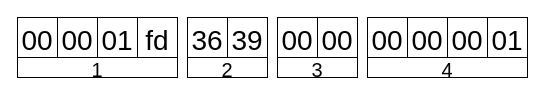
The draw.io diagram page "P-Frame Header" (4 of 5) of dissector/images/DVRIP_Sofia_headers.drawio in KostasEreksonas/Besder-6024PB-XMA501-ip-camera-security-investigation, before the edit. Source tidied: cells renumbered, new cells numbered last; positions are measured from the earlier drawing's top-left corner, leaving out a move shared by most shapes. Both pictures are drawn from the tidied source at 100%, with x=0, y=0 at pixel (17, 17).
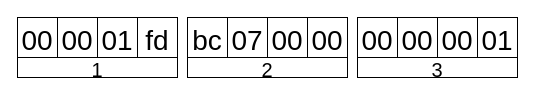
The same page after the edit.

The edit, as a diff of the source:
```diff
@@
 <mxGraphModel>
   <root>
     <mxCell id="0" />
     <mxCell id="1" parent="0" />
     <mxCell id="2" value="00" style="whiteSpace=wrap;html=1;fontSize=28;verticalAlign=top;" parent="1" vertex="1">
       <mxGeometry width="40" height="40" as="geometry" />
     </mxCell>
     <mxCell id="3" value="00" style="whiteSpace=wrap;html=1;fontSize=28;verticalAlign=top;" parent="1" vertex="1">
       <mxGeometry x="40" width="40" height="40" as="geometry" />
     </mxCell>
     <mxCell id="4" value="01" style="whiteSpace=wrap;html=1;fontSize=28;verticalAlign=top;" parent="1" vertex="1">
       <mxGeometry x="80" width="40" height="40" as="geometry" />
     </mxCell>
     <mxCell id="5" value="fd" style="whiteSpace=wrap;html=1;fontSize=28;verticalAlign=top;" parent="1" vertex="1">
       <mxGeometry x="120" width="40" height="40" as="geometry" />
     </mxCell>
-    <mxCell id="6" value="36" style="whiteSpace=wrap;html=1;fontSize=28;verticalAlign=top;" parent="1" vertex="1">
+    <mxCell id="6" value="bc" style="whiteSpace=wrap;html=1;fontSize=28;verticalAlign=top;" parent="1" vertex="1">
       <mxGeometry x="170" width="40" height="40" as="geometry" />
     </mxCell>
-    <mxCell id="7" value="39" style="whiteSpace=wrap;html=1;fontSize=28;verticalAlign=top;" parent="1" vertex="1">
+    <mxCell id="7" value="07" style="whiteSpace=wrap;html=1;fontSize=28;verticalAlign=top;" parent="1" vertex="1">
       <mxGeometry x="210" width="40" height="40" as="geometry" />
     </mxCell>
     <mxCell id="8" value="00" style="whiteSpace=wrap;html=1;fontSize=28;verticalAlign=top;" parent="1" vertex="1">
-      <mxGeometry x="260" width="40" height="40" as="geometry" />
+      <mxGeometry x="250" width="40" height="40" as="geometry" />
     </mxCell>
     <mxCell id="9" value="00" style="whiteSpace=wrap;html=1;fontSize=28;verticalAlign=top;" parent="1" vertex="1">
-      <mxGeometry x="300" width="40" height="40" as="geometry" />
+      <mxGeometry x="290" width="40" height="40" as="geometry" />
     </mxCell>
     <mxCell id="10" value="01" style="whiteSpace=wrap;html=1;fontSize=28;verticalAlign=top;" parent="1" vertex="1">
-      <mxGeometry x="470" width="40" height="40" as="geometry" />
+      <mxGeometry x="460" width="40" height="40" as="geometry" />
     </mxCell>
     <mxCell id="11" value="&lt;div&gt;00&lt;/div&gt;" style="whiteSpace=wrap;html=1;fontSize=28;verticalAlign=top;" parent="1" vertex="1">
-      <mxGeometry x="350" width="40" height="40" as="geometry" />
+      <mxGeometry x="340" width="40" height="40" as="geometry" />
     </mxCell>
     <mxCell id="12" value="00" style="whiteSpace=wrap;html=1;fontSize=28;verticalAlign=top;" parent="1" vertex="1">
-      <mxGeometry x="390" width="40" height="40" as="geometry" />
+      <mxGeometry x="380" width="40" height="40" as="geometry" />
     </mxCell>
     <mxCell id="13" value="00" style="whiteSpace=wrap;html=1;fontSize=28;verticalAlign=top;" parent="1" vertex="1">
-      <mxGeometry x="430" width="40" height="40" as="geometry" />
+      <mxGeometry x="420" width="40" height="40" as="geometry" />
     </mxCell>
     <mxCell id="14" value="&lt;font style=&quot;font-size: 20px;&quot;&gt;1&lt;/font&gt;" style="whiteSpace=wrap;html=1;fontSize=28;verticalAlign=middle;imageAspect=1;imageHeight=12;" parent="1" vertex="1">
       <mxGeometry y="40" width="160" height="20" as="geometry" />
     </mxCell>
     <mxCell id="15" value="&lt;font style=&quot;font-size: 20px;&quot;&gt;2&lt;/font&gt;" style="whiteSpace=wrap;html=1;fontSize=28;verticalAlign=middle;imageAspect=1;imageHeight=12;" parent="1" vertex="1">
-      <mxGeometry x="170" y="40" width="80" height="20" as="geometry" />
+      <mxGeometry x="170" y="40" width="160" height="20" as="geometry" />
     </mxCell>
     <mxCell id="16" value="&lt;font style=&quot;font-size: 20px;&quot;&gt;3&lt;/font&gt;" style="whiteSpace=wrap;html=1;fontSize=28;verticalAlign=middle;imageAspect=1;imageHeight=12;" parent="1" vertex="1">
-      <mxGeometry x="260" y="40" width="80" height="20" as="geometry" />
+      <mxGeometry x="340" y="40" width="160" height="20" as="geometry" />
     </mxCell>
-    <mxCell id="17" value="&lt;font style=&quot;font-size: 20px;&quot;&gt;4&lt;/font&gt;" style="whiteSpace=wrap;html=1;fontSize=28;verticalAlign=middle;imageAspect=1;imageHeight=12;" parent="1" vertex="1">
-      <mxGeometry x="350" y="40" width="160" height="20" as="geometry" />
-    </mxCell>
   </root>
 </mxGraphModel>
```
